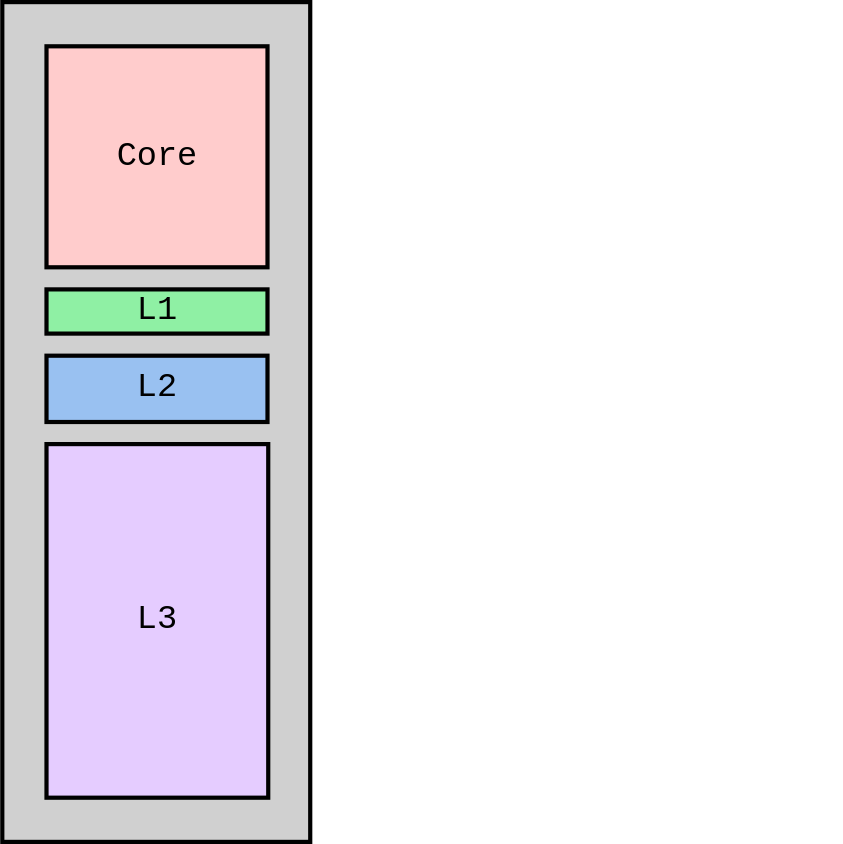
Earlier version of the draw.io export Presentation/Figs/CPU.drawio.svg (scrufulufugus/tdr-inverse-materials). Source tidied: cells renumbered, new cells last; positions are measured from the earlier drawing's top-left corner, leaving out a move shared by most shapes.
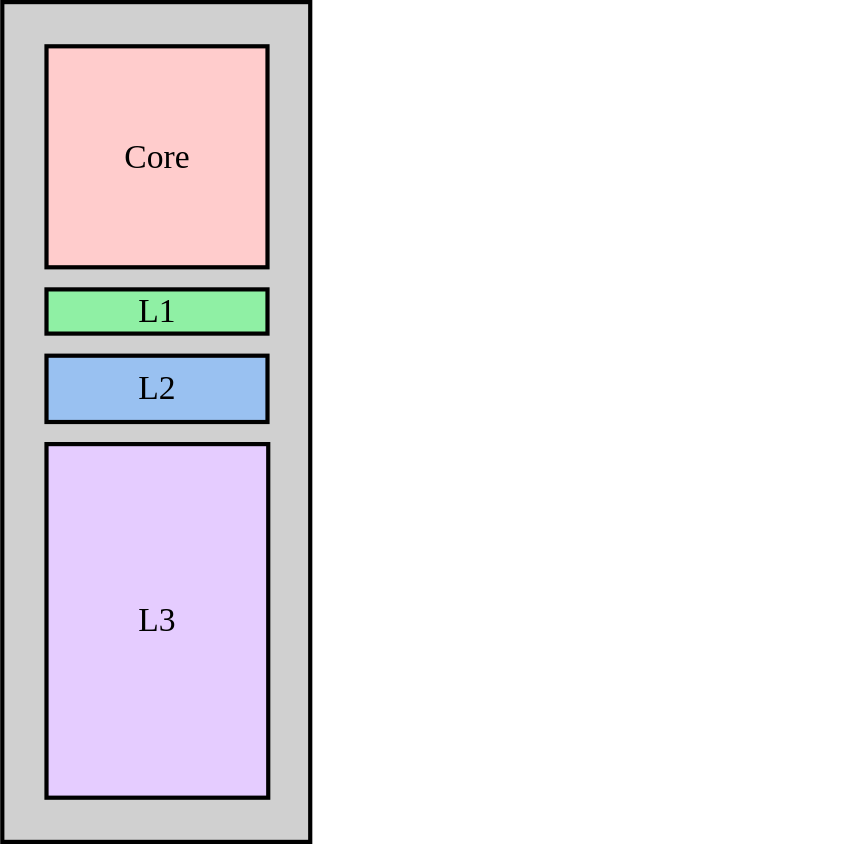
The same diagram one commit later.

What changed in the source:
```diff
@@ -2,22 +2,25 @@
   <root>
     <mxCell id="0" />
     <mxCell id="1" parent="0" />
-    <mxCell id="2" style="group;" parent="1" vertex="1">
+    <mxCell id="2" style="group;fontFamily=DMCA Sans Serif;" parent="1" vertex="1">
       <mxGeometry width="600" height="600" as="geometry" />
     </mxCell>
+    <mxCell id="8" style="rounded=0;whiteSpace=wrap;html=1;fillColor=none;strokeColor=none;fontFamily=DMCA Sans Serif;" parent="2" vertex="1">
+      <mxGeometry width="600" height="600" as="geometry" />
+    </mxCell>
-    <mxCell id="3" style="rounded=0;whiteSpace=wrap;html=1;strokeWidth=3;fontFamily=Courier New;fontSize=24;fillColor=#D0D0D0;" parent="2" vertex="1">
+    <mxCell id="3" style="rounded=0;whiteSpace=wrap;html=1;strokeWidth=3;fontFamily=DMCA Sans Serif;fontSize=24;fillColor=#D0D0D0;" parent="2" vertex="1">
       <mxGeometry width="220" height="600" as="geometry" />
     </mxCell>
-    <mxCell id="4" value="Core" style="rounded=0;whiteSpace=wrap;html=1;strokeWidth=3;fillColor=#FFCCCC;fontFamily=Courier New;fontSize=24;" parent="2" vertex="1">
+    <mxCell id="4" value="Core" style="rounded=0;whiteSpace=wrap;html=1;strokeWidth=3;fillColor=#FFCCCC;fontFamily=DMCA Sans Serif;fontSize=24;" parent="2" vertex="1">
       <mxGeometry x="31.6" y="31.6" width="157.9" height="157.9" as="geometry" />
     </mxCell>
-    <mxCell id="5" value="L1" style="rounded=0;whiteSpace=wrap;html=1;strokeWidth=3;fillColor=#8ff0a4;fontFamily=Courier New;fontSize=24;" parent="2" vertex="1">
+    <mxCell id="5" value="L1" style="rounded=0;whiteSpace=wrap;html=1;strokeWidth=3;fillColor=#8ff0a4;fontFamily=DMCA Sans Serif;fontSize=24;" parent="2" vertex="1">
       <mxGeometry x="31.6" y="205.3" width="157.9" height="31.6" as="geometry" />
     </mxCell>
-    <mxCell id="6" value="L2" style="rounded=0;whiteSpace=wrap;html=1;strokeWidth=3;fillColor=#99c1f1;fontFamily=Courier New;fontSize=24;" parent="2" vertex="1">
+    <mxCell id="6" value="L2" style="rounded=0;whiteSpace=wrap;html=1;strokeWidth=3;fillColor=#99c1f1;fontFamily=DMCA Sans Serif;fontSize=24;" parent="2" vertex="1">
       <mxGeometry x="31.6" y="252.6" width="157.9" height="47.4" as="geometry" />
     </mxCell>
-    <mxCell id="7" value="L3" style="rounded=0;whiteSpace=wrap;html=1;strokeWidth=3;fillColor=#E5CCFF;fontFamily=Courier New;fontSize=24;" parent="2" vertex="1">
+    <mxCell id="7" value="L3" style="rounded=0;whiteSpace=wrap;html=1;strokeWidth=3;fillColor=#E5CCFF;fontFamily=DMCA Sans Serif;fontSize=24;" parent="2" vertex="1">
       <mxGeometry x="31.6" y="315.8" width="158.4" height="252.6" as="geometry" />
     </mxCell>
   </root>
```
